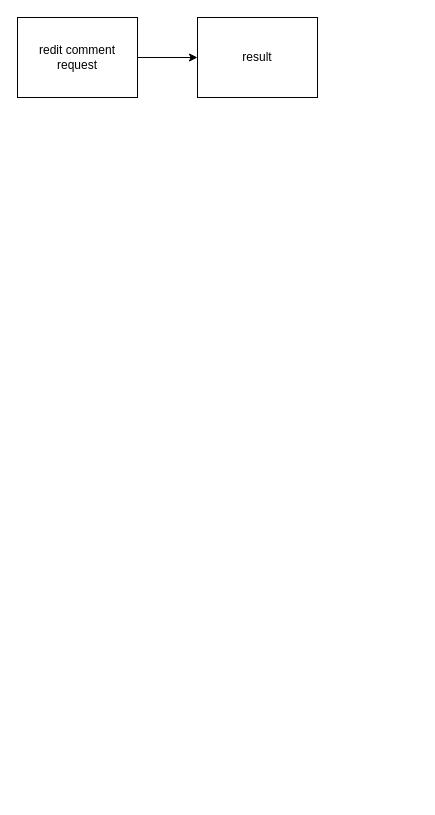
Above: diaram.drawio in bfmcneill/rce (draw.io), before the change. Source tidied: cells renumbered, new cells numbered last; positions are measured from the earlier drawing's top-left corner, leaving out a move shared by most shapes. Both pictures are drawn from the tidied source at 100%, with x=0, y=0 at pixel (17, 17).
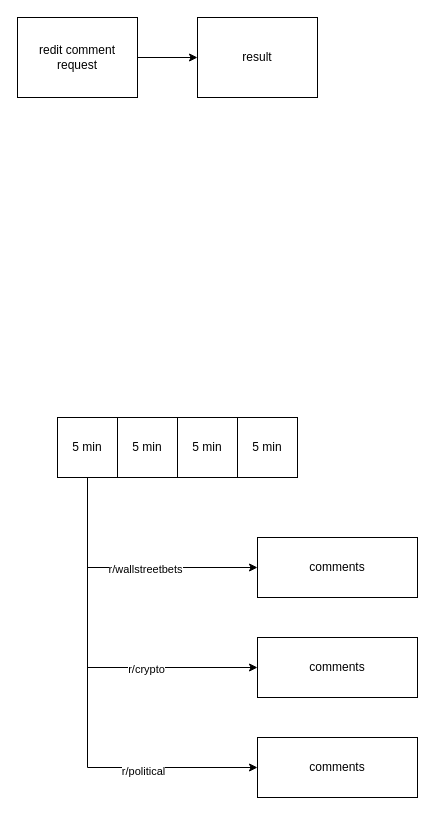
Above is the later version.

Commit message (it also covers changes not shown here):
update ignore, readme, setup.py, settings.py, diagram

What changed in the source:
```diff
@@
 <mxGraphModel>
   <root>
     <mxCell id="0" />
     <mxCell id="1" parent="0" />
     <mxCell id="2" style="edgeStyle=none;html=1;entryX=0;entryY=0.5;entryDx=0;entryDy=0;" parent="1" edge="1" source="3" target="4">
       <mxGeometry relative="1" as="geometry" />
     </mxCell>
     <mxCell id="3" value="redit comment request" style="rounded=0;whiteSpace=wrap;html=1;" parent="1" vertex="1">
       <mxGeometry width="120" height="80" as="geometry" />
     </mxCell>
     <mxCell id="4" value="result" style="rounded=0;whiteSpace=wrap;html=1;" parent="1" vertex="1">
       <mxGeometry x="180" width="120" height="80" as="geometry" />
     </mxCell>
+    <mxCell id="5" value="5 min" style="rounded=0;whiteSpace=wrap;html=1;" parent="1" vertex="1">
+      <mxGeometry x="40" y="400" width="60" height="60" as="geometry" />
+    </mxCell>
+    <mxCell id="6" value="5 min" style="rounded=0;whiteSpace=wrap;html=1;" parent="1" vertex="1">
+      <mxGeometry x="100" y="400" width="60" height="60" as="geometry" />
+    </mxCell>
+    <mxCell id="7" value="5 min" style="rounded=0;whiteSpace=wrap;html=1;" parent="1" vertex="1">
+      <mxGeometry x="160" y="400" width="60" height="60" as="geometry" />
+    </mxCell>
+    <mxCell id="8" value="5 min" style="rounded=0;whiteSpace=wrap;html=1;" parent="1" vertex="1">
+      <mxGeometry x="220" y="400" width="60" height="60" as="geometry" />
+    </mxCell>
+    <mxCell id="9" style="endArrow=classic;html=1;rounded=0;exitX=0.5;exitY=1;exitDx=0;exitDy=0;entryX=0;entryY=0.5;entryDx=0;entryDy=0;edgeStyle=orthogonalEdgeStyle;" parent="1" edge="1" source="5" target="11">
+      <mxGeometry relative="1" as="geometry" />
+    </mxCell>
+    <mxCell id="10" value="r/wallstreetbets" style="edgeLabel;html=1;align=center;verticalAlign=middle;" parent="9" vertex="1">
+      <mxGeometry x="0.13" y="-1" relative="1" as="geometry" />
+    </mxCell>
+    <mxCell id="11" value="comments" style="rounded=0;whiteSpace=wrap;html=1;" parent="1" vertex="1">
+      <mxGeometry x="240" y="520" width="160" height="60" as="geometry" />
+    </mxCell>
+    <mxCell id="12" value="comments" style="rounded=0;whiteSpace=wrap;html=1;" parent="1" vertex="1">
+      <mxGeometry x="240" y="620" width="160" height="60" as="geometry" />
+    </mxCell>
+    <mxCell id="13" value="comments" style="rounded=0;whiteSpace=wrap;html=1;" parent="1" vertex="1">
+      <mxGeometry x="240" y="720" width="160" height="60" as="geometry" />
+    </mxCell>
+    <mxCell id="14" style="endArrow=classic;html=1;rounded=0;entryX=0;entryY=0.5;entryDx=0;entryDy=0;exitX=0.5;exitY=1;exitDx=0;exitDy=0;edgeStyle=orthogonalEdgeStyle;" parent="1" edge="1" source="5" target="12">
+      <mxGeometry relative="1" as="geometry" />
+    </mxCell>
+    <mxCell id="15" value="r/crypto" style="edgeLabel;html=1;align=center;verticalAlign=middle;" parent="14" vertex="1">
+      <mxGeometry x="0.38" y="-1" relative="1" as="geometry" />
+    </mxCell>
+    <mxCell id="16" style="endArrow=classic;html=1;rounded=0;exitX=0.5;exitY=1;exitDx=0;exitDy=0;entryX=0;entryY=0.5;entryDx=0;entryDy=0;edgeStyle=orthogonalEdgeStyle;" parent="1" edge="1" source="5" target="13">
+      <mxGeometry relative="1" as="geometry" />
+    </mxCell>
+    <mxCell id="17" value="r/political" style="edgeLabel;html=1;align=center;verticalAlign=middle;" parent="16" vertex="1">
+      <mxGeometry x="0.5" y="-3" relative="1" as="geometry" />
+    </mxCell>
   </root>
 </mxGraphModel>
```
